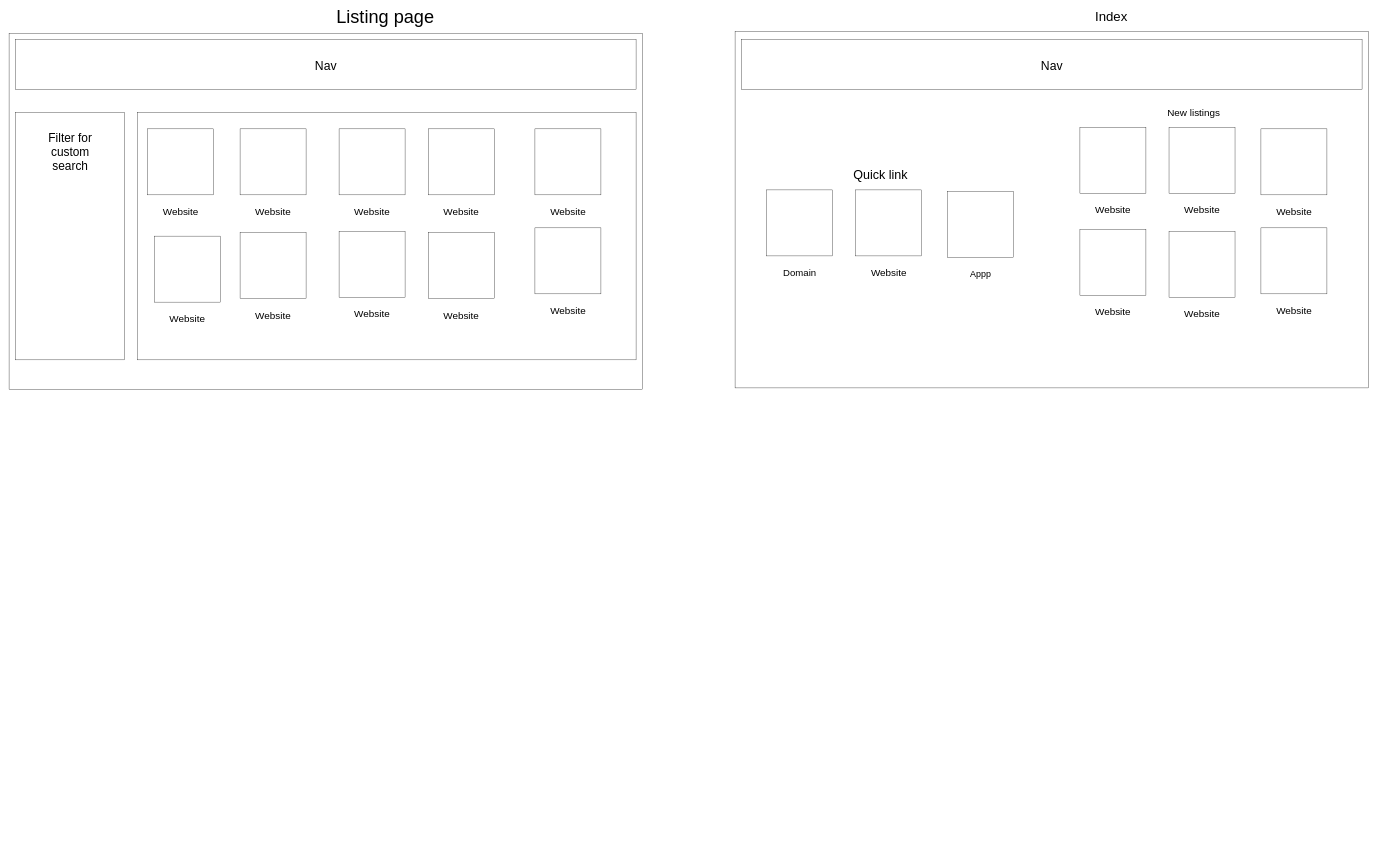
mmuhd/2side-mp keeps this draw.io diagram as docs/Wireframe.drawio. Above is the earlier version. Source tidied: cells renumbered, new cells numbered last; positions are measured from the earlier drawing's top-left corner, leaving out a move shared by most shapes. Both pictures are drawn from the tidied source at 33%, with x=0, y=0 at pixel (9, 13).
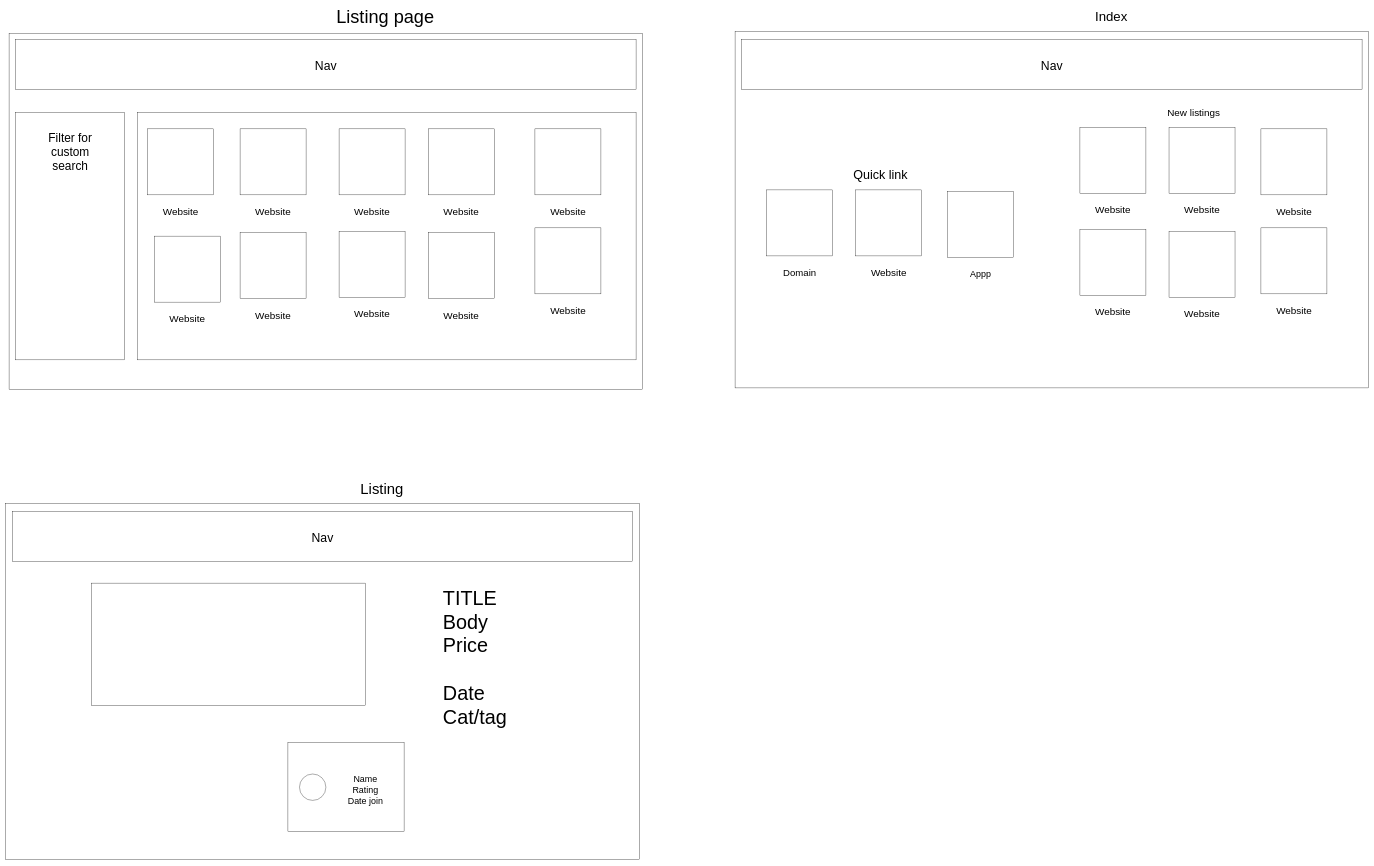
After the change.

Diff of the diagram source:
```diff
@@
+    <mxCell id="53" style="rounded=0;whiteSpace=wrap;html=1;" parent="1" vertex="1">
+      <mxGeometry x="-10" y="1485" width="1920" height="1080" as="geometry" />
+    </mxCell>
+    <mxCell id="54" style="rounded=0;whiteSpace=wrap;html=1;" parent="1" vertex="1">
+      <mxGeometry x="10" y="1510" width="1880" height="150" as="geometry" />
+    </mxCell>
+    <mxCell id="55" value="&lt;font style=&quot;font-size: 45px&quot;&gt;Listing&lt;/font&gt;" style="text;html=1;strokeColor=none;fillColor=none;align=center;verticalAlign=middle;whiteSpace=wrap;rounded=0;" parent="1" vertex="1">
+      <mxGeometry x="950" y="1430" width="360" height="20" as="geometry" />
+    </mxCell>
+    <mxCell id="56" value="&lt;font style=&quot;font-size: 37px&quot;&gt;Nav&lt;/font&gt;" style="text;html=1;strokeColor=none;fillColor=none;align=center;verticalAlign=middle;whiteSpace=wrap;rounded=0;" parent="1" vertex="1">
+      <mxGeometry x="930" y="1580" width="40" height="20" as="geometry" />
+    </mxCell>
+    <mxCell id="57" style="rounded=0;whiteSpace=wrap;html=1;" parent="1" vertex="1">
+      <mxGeometry x="250" y="1726.5" width="830" height="370" as="geometry" />
+    </mxCell>
+    <mxCell id="58" value="&lt;div style=&quot;font-size: 60px&quot;&gt;&lt;font style=&quot;font-size: 60px&quot;&gt;TITLE&lt;/font&gt;&lt;/div&gt;&lt;div style=&quot;font-size: 60px&quot;&gt;&lt;font style=&quot;font-size: 60px&quot;&gt;Body&lt;/font&gt;&lt;/div&gt;&lt;div style=&quot;font-size: 60px&quot;&gt;&lt;font style=&quot;font-size: 60px&quot;&gt;Price&lt;/font&gt;&lt;/div&gt;&lt;div style=&quot;font-size: 60px&quot;&gt;&lt;font style=&quot;font-size: 60px&quot;&gt;&lt;br&gt;&lt;/font&gt;&lt;/div&gt;&lt;div style=&quot;font-size: 60px&quot;&gt;&lt;font style=&quot;font-size: 60px&quot;&gt;Date&lt;/font&gt;&lt;/div&gt;&lt;div style=&quot;font-size: 60px&quot;&gt;&lt;font style=&quot;font-size: 60px&quot;&gt;Cat/tag&lt;br&gt;&lt;/font&gt;&lt;/div&gt;" style="text;html=1;strokeColor=none;fillColor=none;spacing=5;spacingTop=-20;whiteSpace=wrap;overflow=hidden;rounded=0;" parent="1" vertex="1">
+      <mxGeometry x="1310" y="1747" width="460" height="423" as="geometry" />
+    </mxCell>
+    <mxCell id="59" style="rounded=0;whiteSpace=wrap;html=1;" parent="1" vertex="1">
+      <mxGeometry x="845" y="2210" width="352" height="270" as="geometry" />
+    </mxCell>
+    <mxCell id="60" style="ellipse;whiteSpace=wrap;html=1;" parent="1" vertex="1">
+      <mxGeometry x="880" y="2305" width="80" height="80" as="geometry" />
+    </mxCell>
+    <mxCell id="61" value="&lt;div style=&quot;font-size: 27px&quot;&gt;&lt;font style=&quot;font-size: 27px&quot;&gt;&lt;br&gt;&lt;/font&gt;&lt;/div&gt;&lt;div style=&quot;font-size: 27px&quot;&gt;&lt;font style=&quot;font-size: 27px&quot;&gt;Name&lt;/font&gt;&lt;/div&gt;&lt;div style=&quot;font-size: 27px&quot;&gt;&lt;font style=&quot;font-size: 27px&quot;&gt;Rating&lt;/font&gt;&lt;/div&gt;&lt;div style=&quot;font-size: 27px&quot;&gt;&lt;font style=&quot;font-size: 27px&quot;&gt;Date join&lt;br&gt;&lt;/font&gt;&lt;/div&gt;" style="text;html=1;strokeColor=none;fillColor=none;align=center;verticalAlign=middle;whiteSpace=wrap;rounded=0;" parent="1" vertex="1">
+      <mxGeometry x="985" y="2290" width="190" height="95" as="geometry" />
+    </mxCell>
```
